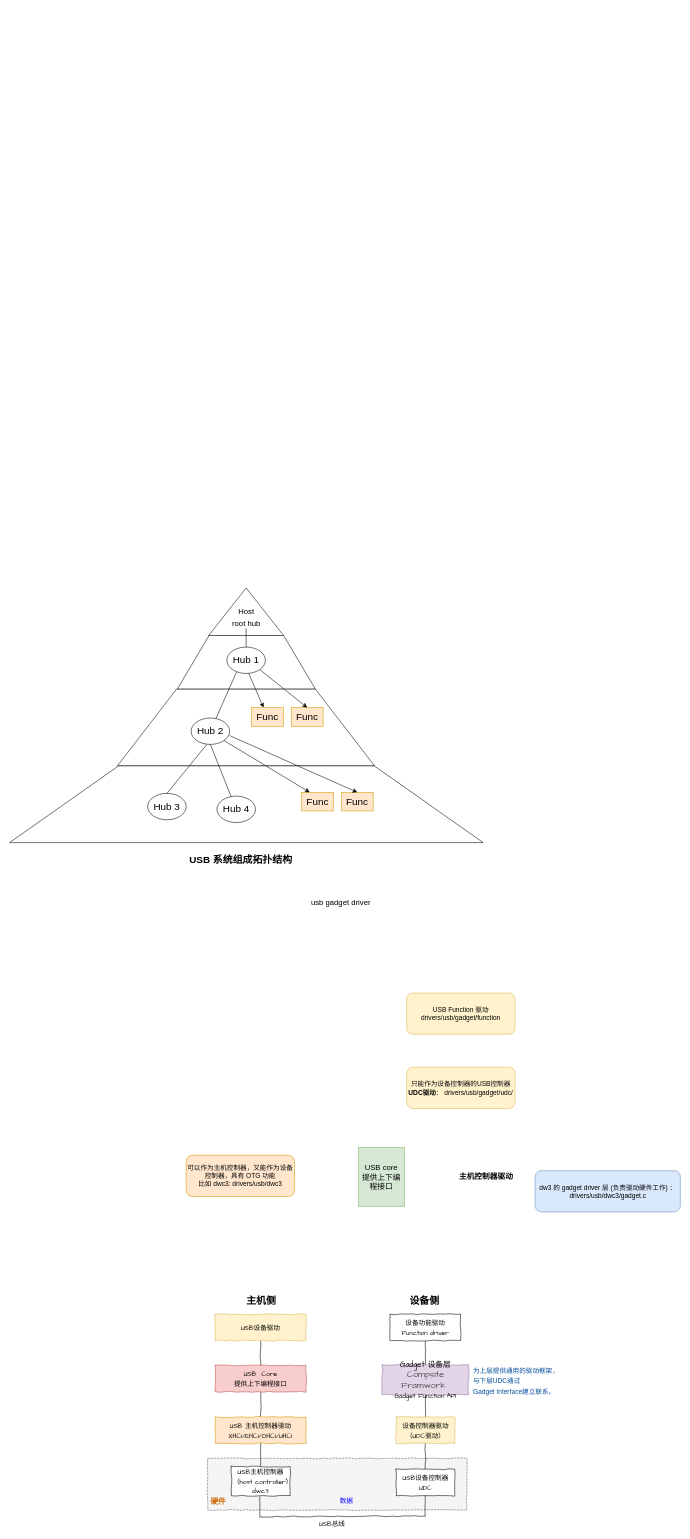
Before: page "USB" (3 of 4) of docs/workSpacePic/linux内核和驱动.drawio in kendall-cpp/kendall-simple-vim, a draw.io diagram. Source tidied: cells renumbered, new cells numbered last; positions are measured from the earlier drawing's top-left corner, leaving out a move shared by most shapes. Both pictures are drawn from the tidied source at 55%, with x=0, y=0 at pixel (9, 574).
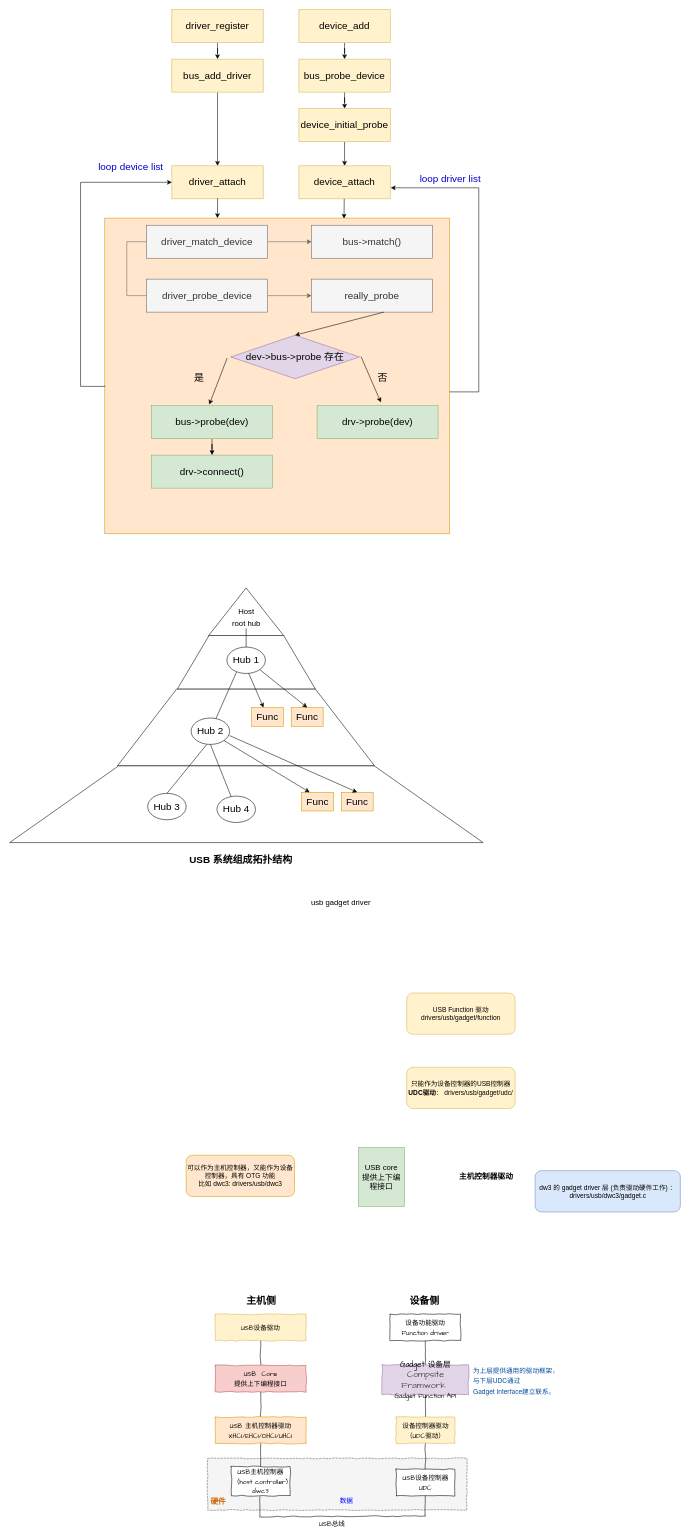
Above is the later version.

What changed in the source:
```diff
@@
+    <mxCell id="55" style="rounded=0;whiteSpace=wrap;html=1;fontSize=18;fillColor=#ffe6cc;strokeColor=#d79b00;" parent="1" vertex="1">
+      <mxGeometry x="173" y="-648" width="627" height="574" as="geometry" />
+    </mxCell>
+    <mxCell id="56" style="edgeStyle=orthogonalEdgeStyle;rounded=0;jettySize=auto;html=1;fontSize=18;" parent="1" edge="1" source="57" target="59">
+      <mxGeometry relative="1" as="geometry" />
+    </mxCell>
+    <mxCell id="57" value="&lt;font style=&quot;font-size: 18px&quot;&gt;driver_register&lt;/font&gt;" style="rounded=0;whiteSpace=wrap;html=1;fillColor=#fff2cc;strokeColor=#d6b656;" parent="1" vertex="1">
+      <mxGeometry x="295" y="-1027" width="166" height="60" as="geometry" />
+    </mxCell>
+    <mxCell id="58" style="edgeStyle=orthogonalEdgeStyle;rounded=0;jettySize=auto;html=1;fontSize=18;" parent="1" edge="1" source="59" target="64">
+      <mxGeometry relative="1" as="geometry" />
+    </mxCell>
+    <mxCell id="59" value="&lt;font style=&quot;font-size: 18px&quot;&gt;bus_add_driver&lt;/font&gt;" style="rounded=0;whiteSpace=wrap;html=1;fillColor=#fff2cc;strokeColor=#d6b656;" parent="1" vertex="1">
+      <mxGeometry x="295" y="-937" width="166" height="60" as="geometry" />
+    </mxCell>
+    <mxCell id="60" style="edgeStyle=orthogonalEdgeStyle;rounded=0;jettySize=auto;html=1;fontSize=18;" parent="1" edge="1" source="61" target="63">
+      <mxGeometry relative="1" as="geometry" />
+    </mxCell>
+    <mxCell id="61" value="&lt;font style=&quot;font-size: 18px&quot;&gt;device_add&lt;/font&gt;" style="rounded=0;whiteSpace=wrap;html=1;fillColor=#fff2cc;strokeColor=#d6b656;" parent="1" vertex="1">
+      <mxGeometry x="526" y="-1027" width="166" height="60" as="geometry" />
+    </mxCell>
+    <mxCell id="62" style="edgeStyle=orthogonalEdgeStyle;rounded=0;jettySize=auto;html=1;fontSize=18;" parent="1" edge="1" source="63" target="66">
+      <mxGeometry relative="1" as="geometry" />
+    </mxCell>
+    <mxCell id="63" value="&lt;font style=&quot;font-size: 18px&quot;&gt;bus_probe_device&lt;/font&gt;" style="rounded=0;whiteSpace=wrap;html=1;fillColor=#fff2cc;strokeColor=#d6b656;" parent="1" vertex="1">
+      <mxGeometry x="526" y="-937" width="166" height="60" as="geometry" />
+    </mxCell>
+    <mxCell id="64" value="&lt;font style=&quot;font-size: 18px&quot;&gt;driver_attach&lt;/font&gt;" style="rounded=0;whiteSpace=wrap;html=1;fillColor=#fff2cc;strokeColor=#d6b656;" parent="1" vertex="1">
+      <mxGeometry x="295" y="-743" width="166" height="60" as="geometry" />
+    </mxCell>
+    <mxCell id="65" style="edgeStyle=orthogonalEdgeStyle;rounded=0;jettySize=auto;html=1;fontSize=18;" parent="1" edge="1" source="66" target="67">
+      <mxGeometry relative="1" as="geometry" />
+    </mxCell>
+    <mxCell id="66" value="&lt;font style=&quot;font-size: 18px&quot;&gt;device_initial_probe&lt;/font&gt;" style="rounded=0;whiteSpace=wrap;html=1;fillColor=#fff2cc;strokeColor=#d6b656;" parent="1" vertex="1">
+      <mxGeometry x="526" y="-847" width="166" height="60" as="geometry" />
+    </mxCell>
+    <mxCell id="67" value="&lt;font style=&quot;font-size: 18px&quot;&gt;device_attach&lt;/font&gt;" style="rounded=0;whiteSpace=wrap;html=1;fillColor=#fff2cc;strokeColor=#d6b656;" parent="1" vertex="1">
+      <mxGeometry x="526" y="-743" width="166" height="60" as="geometry" />
+    </mxCell>
+    <mxCell id="68" style="edgeStyle=orthogonalEdgeStyle;rounded=0;jettySize=auto;html=1;fontSize=18;fillColor=#f5f5f5;strokeColor=#666666;" parent="1" edge="1" source="69" target="70">
+      <mxGeometry relative="1" as="geometry" />
+    </mxCell>
+    <mxCell id="69" value="&lt;font style=&quot;font-size: 18px&quot;&gt;driver_match_device&lt;/font&gt;" style="rounded=0;whiteSpace=wrap;html=1;fillColor=#f5f5f5;strokeColor=#666666;fontColor=#333333;" parent="1" vertex="1">
+      <mxGeometry x="249" y="-635" width="220" height="60" as="geometry" />
+    </mxCell>
+    <mxCell id="70" value="&lt;font style=&quot;font-size: 18px&quot;&gt;bus-&amp;gt;match()&lt;/font&gt;" style="rounded=0;whiteSpace=wrap;html=1;fillColor=#f5f5f5;strokeColor=#666666;fontColor=#333333;" parent="1" vertex="1">
+      <mxGeometry x="549" y="-635" width="220" height="60" as="geometry" />
+    </mxCell>
+    <mxCell id="71" style="edgeStyle=orthogonalEdgeStyle;rounded=0;jettySize=auto;html=1;fontSize=18;fillColor=#f5f5f5;strokeColor=#666666;" parent="1" edge="1" source="72" target="73">
+      <mxGeometry relative="1" as="geometry" />
+    </mxCell>
+    <mxCell id="72" value="&lt;font style=&quot;font-size: 18px&quot;&gt;driver_probe_device&lt;/font&gt;" style="rounded=0;whiteSpace=wrap;html=1;fillColor=#f5f5f5;strokeColor=#666666;fontColor=#333333;" parent="1" vertex="1">
+      <mxGeometry x="249" y="-537" width="220" height="60" as="geometry" />
+    </mxCell>
+    <mxCell id="73" value="&lt;font style=&quot;font-size: 18px&quot;&gt;really_probe&lt;/font&gt;" style="rounded=0;whiteSpace=wrap;html=1;fillColor=#f5f5f5;strokeColor=#666666;fontColor=#333333;" parent="1" vertex="1">
+      <mxGeometry x="549" y="-537" width="220" height="60" as="geometry" />
+    </mxCell>
+    <mxCell id="74" style="edgeStyle=orthogonalEdgeStyle;rounded=0;jettySize=auto;html=1;fontSize=18;fillColor=#f5f5f5;strokeColor=#666666;exitX=0;exitY=0.5;exitDx=0;exitDy=0;entryX=0;entryY=0.5;entryDx=0;entryDy=0;endArrow=none;endFill=0;" parent="1" edge="1" source="72" target="69">
+      <mxGeometry relative="1" as="geometry">
+        <Array as="points">
+          <mxPoint x="213" y="-507" />
+          <mxPoint x="213" y="-605" />
+        </Array>
+      </mxGeometry>
+    </mxCell>
+    <mxCell id="75" value="dev-&amp;gt;bus-&amp;gt;probe 存在" style="rhombus;whiteSpace=wrap;html=1;fontSize=18;fillColor=#e1d5e7;strokeColor=#9673a6;" parent="1" vertex="1">
+      <mxGeometry x="402" y="-435" width="234" height="79" as="geometry" />
+    </mxCell>
+    <mxCell id="76" style="endArrow=classic;html=1;rounded=0;fontSize=18;exitX=-0.028;exitY=0.527;exitDx=0;exitDy=0;exitPerimeter=0;" parent="1" edge="1" source="75">
+      <mxGeometry relative="1" as="geometry">
+        <mxPoint x="363" y="-309" as="targetPoint" />
+      </mxGeometry>
+    </mxCell>
+    <mxCell id="77" style="endArrow=classic;html=1;rounded=0;fontSize=18;" parent="1" edge="1">
+      <mxGeometry relative="1" as="geometry">
+        <mxPoint x="639" y="-396" as="sourcePoint" />
+        <mxPoint x="675" y="-313" as="targetPoint" />
+      </mxGeometry>
+    </mxCell>
+    <mxCell id="78" style="edgeStyle=orthogonalEdgeStyle;rounded=0;jettySize=auto;html=1;fontSize=18;endArrow=block;endFill=1;" parent="1" edge="1" source="79" target="83">
+      <mxGeometry relative="1" as="geometry" />
+    </mxCell>
+    <mxCell id="79" value="&lt;font style=&quot;font-size: 18px&quot;&gt;bus-&amp;gt;probe(dev)&lt;/font&gt;" style="rounded=0;whiteSpace=wrap;html=1;fillColor=#d5e8d4;strokeColor=#82b366;" parent="1" vertex="1">
+      <mxGeometry x="258" y="-307" width="220" height="60" as="geometry" />
+    </mxCell>
+    <mxCell id="80" value="&lt;font style=&quot;font-size: 18px&quot;&gt;drv-&amp;gt;probe(dev)&lt;/font&gt;" style="rounded=0;whiteSpace=wrap;html=1;fillColor=#d5e8d4;strokeColor=#82b366;" parent="1" vertex="1">
+      <mxGeometry x="559" y="-307" width="220" height="60" as="geometry" />
+    </mxCell>
+    <mxCell id="81" value="是" style="text;html=1;align=center;verticalAlign=middle;strokeColor=none;fillColor=none;fontSize=18;" parent="1" vertex="1">
+      <mxGeometry x="330" y="-370" width="28" height="26" as="geometry" />
+    </mxCell>
+    <mxCell id="82" value="否" style="text;html=1;align=center;verticalAlign=middle;strokeColor=none;fillColor=none;fontSize=18;" parent="1" vertex="1">
+      <mxGeometry x="664" y="-370" width="28" height="26" as="geometry" />
+    </mxCell>
+    <mxCell id="83" value="&lt;font style=&quot;font-size: 18px&quot;&gt;drv-&amp;gt;connect()&lt;/font&gt;" style="rounded=0;whiteSpace=wrap;html=1;fillColor=#d5e8d4;strokeColor=#82b366;" parent="1" vertex="1">
+      <mxGeometry x="258" y="-217" width="220" height="60" as="geometry" />
+    </mxCell>
+    <mxCell id="84" style="endArrow=classic;html=1;rounded=0;fontSize=18;exitX=-0.028;exitY=0.527;exitDx=0;exitDy=0;exitPerimeter=0;entryX=0.5;entryY=0;entryDx=0;entryDy=0;" parent="1" edge="1" target="75">
+      <mxGeometry relative="1" as="geometry">
+        <mxPoint x="680.4" y="-477" as="sourcePoint" />
+      </mxGeometry>
+    </mxCell>
+    <mxCell id="85" style="edgeStyle=orthogonalEdgeStyle;rounded=0;orthogonalLoop=1;jettySize=auto;html=1;fontSize=18;" parent="1" edge="1">
+      <mxGeometry relative="1" as="geometry">
+        <mxPoint x="608.4" y="-683" as="sourcePoint" />
+        <mxPoint x="608" y="-647" as="targetPoint" />
+      </mxGeometry>
+    </mxCell>
+    <mxCell id="86" style="edgeStyle=orthogonalEdgeStyle;rounded=0;orthogonalLoop=1;jettySize=auto;html=1;fontSize=18;" parent="1" edge="1">
+      <mxGeometry relative="1" as="geometry">
+        <mxPoint x="378.2" y="-684" as="sourcePoint" />
+        <mxPoint x="377.8" y="-648" as="targetPoint" />
+      </mxGeometry>
+    </mxCell>
+    <mxCell id="87" value="&lt;font color=&quot;#0000cc&quot;&gt;loop driver list&lt;/font&gt;" style="text;html=1;align=center;verticalAlign=middle;strokeColor=none;fillColor=none;fontSize=18;" parent="1" vertex="1">
+      <mxGeometry x="740" y="-733" width="121" height="26" as="geometry" />
+    </mxCell>
+    <mxCell id="88" value="&lt;font color=&quot;#0000cc&quot;&gt;loop device list&lt;/font&gt;" style="text;html=1;align=center;verticalAlign=middle;strokeColor=none;fillColor=none;fontSize=18;" parent="1" vertex="1">
+      <mxGeometry x="156" y="-754" width="128" height="26" as="geometry" />
+    </mxCell>
+    <mxCell id="89" style="edgeStyle=orthogonalEdgeStyle;rounded=0;jettySize=auto;html=1;fontSize=18;entryX=0;entryY=0.5;entryDx=0;entryDy=0;exitX=0;exitY=0.531;exitDx=0;exitDy=0;exitPerimeter=0;" parent="1" edge="1" source="55" target="64">
+      <mxGeometry relative="1" as="geometry">
+        <Array as="points">
+          <mxPoint x="173" y="-342" />
+          <mxPoint x="129" y="-342" />
+          <mxPoint x="129" y="-713" />
+        </Array>
+      </mxGeometry>
+    </mxCell>
+    <mxCell id="90" style="edgeStyle=orthogonalEdgeStyle;rounded=0;jettySize=auto;html=1;fontSize=18;" parent="1" edge="1" source="55">
+      <mxGeometry relative="1" as="geometry">
+        <mxPoint x="693" y="-703" as="targetPoint" />
+        <Array as="points">
+          <mxPoint x="853" y="-332" />
+          <mxPoint x="853" y="-703" />
+        </Array>
+      </mxGeometry>
+    </mxCell>
```
